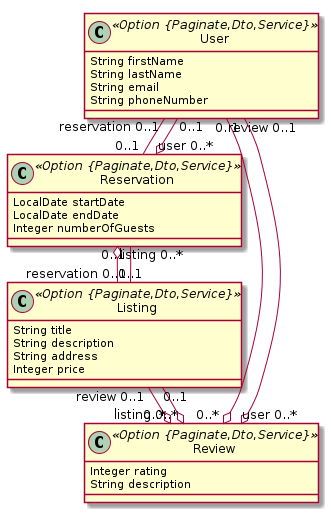
This is airbnb.png from kevintanhongann/jhipster-jdl-collection, a PlantUML export, as it was before one commit. Source of this version:
```plantuml
@startuml
	!pragma layout smetana
	!pragma syntax class
	class User <<Option {Paginate,Dto,Service}>> {
		String firstName
		String lastName
		String email
		String phoneNumber
	}
	class Listing <<Option {Paginate,Dto,Service}>> {
		String title
		String description
		String address
		Integer price
	}
	class Reservation <<Option {Paginate,Dto,Service}>> {
		LocalDate startDate
		LocalDate endDate
		Integer numberOfGuests
	}
	class Review <<Option {Paginate,Dto,Service}>> {
		Integer rating
		String description
	}
	User  "reservation 0..1 " -- "0..1 "  Reservation
	Listing  "reservation 0..1 " -- "0..1 "  Reservation
	User  "review 0..1 " --o "0..* "  Review
	Listing  "review 0..1 " --o "0..* "  Review
	Reservation  "user 0..* " o-- "0..1 "  User
	Reservation  "listing 0..* " o-- "0..1 "  Listing
	Review  "user 0..* " o-- "0..1 "  User
	Review  "listing 0..* " o-- "0..1 "  Listing
@enduml
```
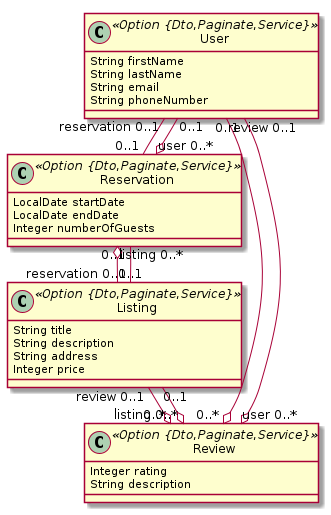
Above is the later version.

What changed in the source:
```diff
@@ -1,24 +1,24 @@
 @startuml
 	!pragma layout smetana
 	!pragma syntax class
-	class User <<Option {Paginate,Dto,Service}>> {
+	class User <<Option {Dto,Paginate,Service}>> {
 		String firstName
 		String lastName
 		String email
 		String phoneNumber
 	}
-	class Listing <<Option {Paginate,Dto,Service}>> {
+	class Listing <<Option {Dto,Paginate,Service}>> {
 		String title
 		String description
 		String address
 		Integer price
 	}
-	class Reservation <<Option {Paginate,Dto,Service}>> {
+	class Reservation <<Option {Dto,Paginate,Service}>> {
 		LocalDate startDate
 		LocalDate endDate
 		Integer numberOfGuests
 	}
-	class Review <<Option {Paginate,Dto,Service}>> {
+	class Review <<Option {Dto,Paginate,Service}>> {
 		Integer rating
 		String description
 	}
```
